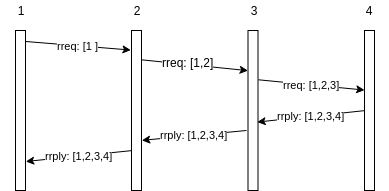
TheDuckGoesQuark/UCIOT keeps this draw.io diagram as report/images/path.png. Above is the earlier version. Source tidied: cells renumbered, new cells last; positions are measured from the earlier drawing's top-left corner, leaving out a move shared by most shapes.
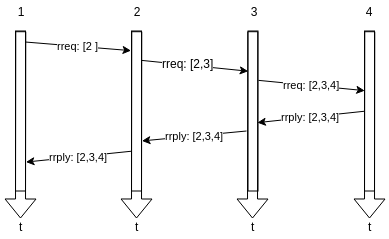
After the change.

Diff of the diagram source:
```diff
@@ -2,28 +2,28 @@
   <root>
     <mxCell id="0" />
     <mxCell id="1" parent="0" />
-    <mxCell id="2" value="rreq: [1 ]" style="rounded=0;jettySize=auto;html=1;exitX=1.043;exitY=0.068;exitDx=0;exitDy=0;entryX=-0.033;entryY=0.121;entryDx=0;entryDy=0;entryPerimeter=0;exitPerimeter=0;" parent="1" edge="1" source="3" target="7">
-      <mxGeometry relative="1" as="geometry" />
+    <mxCell id="2" style="rounded=0;whiteSpace=wrap;html=1;" parent="1" vertex="1">
+      <mxGeometry x="15" y="30" width="10" height="160" as="geometry" />
     </mxCell>
-    <mxCell id="3" style="rounded=0;whiteSpace=wrap;html=1;" parent="1" vertex="1">
-      <mxGeometry x="15" y="30" width="10" height="160" as="geometry" />
+    <mxCell id="3" value="rreq: [2 ]" style="rounded=0;jettySize=auto;html=1;exitX=1.043;exitY=0.068;exitDx=0;exitDy=0;entryX=-0.033;entryY=0.121;entryDx=0;entryDy=0;entryPerimeter=0;exitPerimeter=0;" parent="1" edge="1" source="2" target="7">
+      <mxGeometry relative="1" as="geometry" />
     </mxCell>
     <mxCell id="4" style="edgeStyle=none;rounded=0;jettySize=auto;html=1;exitX=0.967;exitY=0.184;exitDx=0;exitDy=0;entryX=0;entryY=0.25;entryDx=0;entryDy=0;exitPerimeter=0;" parent="1" edge="1" source="7" target="10">
       <mxGeometry relative="1" as="geometry" />
     </mxCell>
-    <mxCell id="5" value="rreq: [1,2]" style="text;html=1;align=center;verticalAlign=middle;labelBackgroundColor=#ffffff;" parent="4" vertex="1">
+    <mxCell id="5" value="rreq: [2,3]" style="text;html=1;align=center;verticalAlign=middle;labelBackgroundColor=#ffffff;" parent="4" vertex="1">
       <mxGeometry x="-0.13" y="2" relative="1" as="geometry" />
     </mxCell>
-    <mxCell id="6" value="rrply: [1,2,3,4]" style="edgeStyle=none;rounded=0;jettySize=auto;html=1;exitX=0;exitY=0.75;exitDx=0;exitDy=0;entryX=1.017;entryY=0.818;entryDx=0;entryDy=0;entryPerimeter=0;" parent="1" edge="1" source="7" target="3">
+    <mxCell id="6" value="rrply: [2,3,4]" style="edgeStyle=none;rounded=0;jettySize=auto;html=1;exitX=0;exitY=0.75;exitDx=0;exitDy=0;entryX=1.017;entryY=0.818;entryDx=0;entryDy=0;entryPerimeter=0;" parent="1" edge="1" source="7" target="2">
       <mxGeometry relative="1" as="geometry" />
     </mxCell>
     <mxCell id="7" style="rounded=0;whiteSpace=wrap;html=1;" parent="1" vertex="1">
       <mxGeometry x="131" y="30" width="10" height="160" as="geometry" />
     </mxCell>
-    <mxCell id="8" value="rreq: [1,2,3]" style="edgeStyle=none;rounded=0;jettySize=auto;html=1;exitX=1.031;exitY=0.309;exitDx=0;exitDy=0;entryX=0;entryY=0.371;entryDx=0;entryDy=0;entryPerimeter=0;exitPerimeter=0;" parent="1" edge="1" source="10" target="12">
+    <mxCell id="8" value="rreq: [2,3,4]" style="edgeStyle=none;rounded=0;jettySize=auto;html=1;exitX=1.031;exitY=0.309;exitDx=0;exitDy=0;entryX=0;entryY=0.371;entryDx=0;entryDy=0;entryPerimeter=0;exitPerimeter=0;" parent="1" edge="1" source="10" target="12">
       <mxGeometry relative="1" as="geometry" />
     </mxCell>
-    <mxCell id="9" value="rrply: [1,2,3,4]" style="edgeStyle=none;rounded=0;jettySize=auto;html=1;entryX=1.028;entryY=0.688;entryDx=0;entryDy=0;entryPerimeter=0;" parent="1" edge="1" target="7">
+    <mxCell id="9" value="rrply: [2,3,4]" style="edgeStyle=none;rounded=0;jettySize=auto;html=1;entryX=1.028;entryY=0.688;entryDx=0;entryDy=0;entryPerimeter=0;" parent="1" edge="1" target="7">
       <mxGeometry relative="1" as="geometry">
         <mxPoint x="246" y="130" as="sourcePoint" />
       </mxGeometry>
@@ -31,7 +31,7 @@
     <mxCell id="10" style="rounded=0;whiteSpace=wrap;html=1;" parent="1" vertex="1">
       <mxGeometry x="247.5" y="30" width="10" height="160" as="geometry" />
     </mxCell>
-    <mxCell id="11" value="rrply: [1,2,3,4]" style="edgeStyle=none;rounded=0;jettySize=auto;html=1;exitX=0;exitY=0.5;exitDx=0;exitDy=0;entryX=0.936;entryY=0.574;entryDx=0;entryDy=0;entryPerimeter=0;" parent="1" edge="1" source="12" target="10">
+    <mxCell id="11" value="rrply: [2,3,4]" style="edgeStyle=none;rounded=0;jettySize=auto;html=1;exitX=0;exitY=0.5;exitDx=0;exitDy=0;entryX=0.936;entryY=0.574;entryDx=0;entryDy=0;entryPerimeter=0;" parent="1" edge="1" source="12" target="10">
       <mxGeometry relative="1" as="geometry" />
     </mxCell>
     <mxCell id="12" style="rounded=0;whiteSpace=wrap;html=1;" parent="1" vertex="1">
@@ -49,5 +49,40 @@
     <mxCell id="16" value="4" style="text;html=1;strokeColor=none;fillColor=none;align=center;verticalAlign=middle;whiteSpace=wrap;rounded=0;" parent="1" vertex="1">
       <mxGeometry x="347.5" width="40" height="20" as="geometry" />
     </mxCell>
+    <mxCell id="17" style="shape=flexArrow;endArrow=classic;html=1;exitX=0.5;exitY=0;exitDx=0;exitDy=0;" parent="1" edge="1">
+      <mxGeometry relative="1" as="geometry">
+        <mxPoint x="136.3" y="30.2" as="sourcePoint" />
+        <mxPoint x="136" y="217.5" as="targetPoint" />
+      </mxGeometry>
+    </mxCell>
+    <mxCell id="18" style="shape=flexArrow;endArrow=classic;html=1;exitX=0.5;exitY=0;exitDx=0;exitDy=0;" parent="1" edge="1">
+      <mxGeometry relative="1" as="geometry">
+        <mxPoint x="252.3" y="30.2" as="sourcePoint" />
+        <mxPoint x="252" y="217.5" as="targetPoint" />
+      </mxGeometry>
+    </mxCell>
+    <mxCell id="19" style="shape=flexArrow;endArrow=classic;html=1;exitX=0.5;exitY=0;exitDx=0;exitDy=0;" parent="1" edge="1">
+      <mxGeometry relative="1" as="geometry">
+        <mxPoint x="369.3" y="30.2" as="sourcePoint" />
+        <mxPoint x="369" y="217.5" as="targetPoint" />
+      </mxGeometry>
+    </mxCell>
+    <mxCell id="20" style="shape=flexArrow;endArrow=classic;html=1;exitX=0.5;exitY=0;exitDx=0;exitDy=0;" parent="1" edge="1" source="2">
+      <mxGeometry relative="1" as="geometry">
+        <mxPoint x="20" y="217.5" as="targetPoint" />
+      </mxGeometry>
+    </mxCell>
+    <mxCell id="21" value="t" style="text;html=1;align=center;verticalAlign=middle;spacingTop=-4;" parent="1" vertex="1">
+      <mxGeometry x="126" y="217.5" width="20" height="20" as="geometry" />
+    </mxCell>
+    <mxCell id="22" value="t" style="text;html=1;align=center;verticalAlign=middle;spacingTop=-4;" parent="1" vertex="1">
+      <mxGeometry x="10" y="217.5" width="20" height="20" as="geometry" />
+    </mxCell>
+    <mxCell id="23" value="t" style="text;html=1;align=center;verticalAlign=middle;spacingTop=-4;" parent="1" vertex="1">
+      <mxGeometry x="242.5" y="217.5" width="20" height="20" as="geometry" />
+    </mxCell>
+    <mxCell id="24" value="t" style="text;html=1;align=center;verticalAlign=middle;spacingTop=-4;" parent="1" vertex="1">
+      <mxGeometry x="359" y="217.5" width="20" height="20" as="geometry" />
+    </mxCell>
   </root>
 </mxGraphModel>
```
